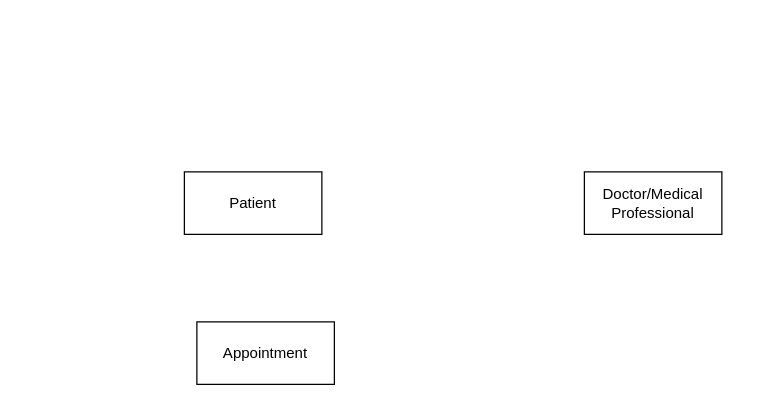
Before: Untitled Diagram.drawio in saurabhgangal/ObjectModel, a draw.io diagram. Source tidied: cells renumbered, new cells numbered last; positions are measured from the earlier drawing's top-left corner, leaving out a move shared by most shapes. Both pictures are drawn from the tidied source at 125%, with x=0, y=0 at pixel (184, 171).
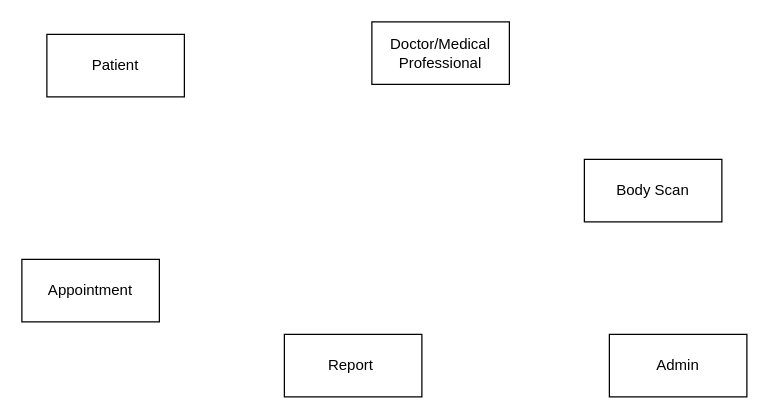
After the change.

Change to the diagram source:
```diff
@@
 <mxGraphModel>
   <root>
     <mxCell id="0" />
     <mxCell id="1" parent="0" />
     <mxCell id="2" value="Patient" style="html=1;whiteSpace=wrap;" parent="1" vertex="1">
-      <mxGeometry width="110" height="50" as="geometry" />
+      <mxGeometry x="-110" y="-110" width="110" height="50" as="geometry" />
     </mxCell>
     <mxCell id="3" value="Doctor/Medical Professional" style="html=1;whiteSpace=wrap;" parent="1" vertex="1">
-      <mxGeometry x="320" width="110" height="50" as="geometry" />
+      <mxGeometry x="150" y="-120" width="110" height="50" as="geometry" />
     </mxCell>
     <mxCell id="4" value="Appointment" style="html=1;whiteSpace=wrap;" parent="1" vertex="1">
-      <mxGeometry x="10" y="120" width="110" height="50" as="geometry" />
+      <mxGeometry x="-130" y="70" width="110" height="50" as="geometry" />
     </mxCell>
+    <mxCell id="5" value="Body Scan" style="html=1;whiteSpace=wrap;" parent="1" vertex="1">
+      <mxGeometry x="320" y="-10" width="110" height="50" as="geometry" />
+    </mxCell>
+    <mxCell id="6" value="Report&amp;nbsp;" style="html=1;whiteSpace=wrap;" parent="1" vertex="1">
+      <mxGeometry x="80" y="130" width="110" height="50" as="geometry" />
+    </mxCell>
+    <mxCell id="7" value="Admin" style="html=1;whiteSpace=wrap;" parent="1" vertex="1">
+      <mxGeometry x="340" y="130" width="110" height="50" as="geometry" />
+    </mxCell>
   </root>
 </mxGraphModel>
```
